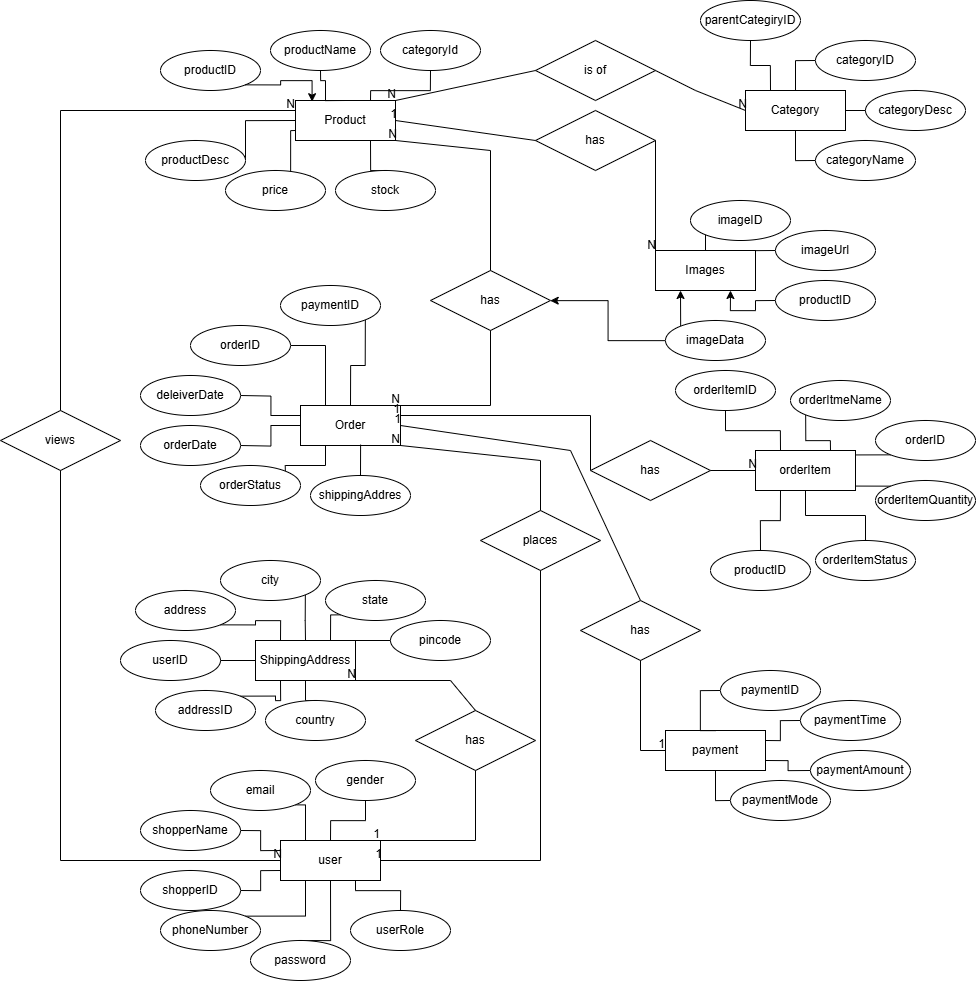
Above: DBMS/19-March-2025/ER-Diagram.png in meta-prashant-kala/GET-2025 (draw.io), before the change. Source tidied: cells renumbered, new cells last; positions are measured from the earlier drawing's top-left corner, leaving out a move shared by most shapes.
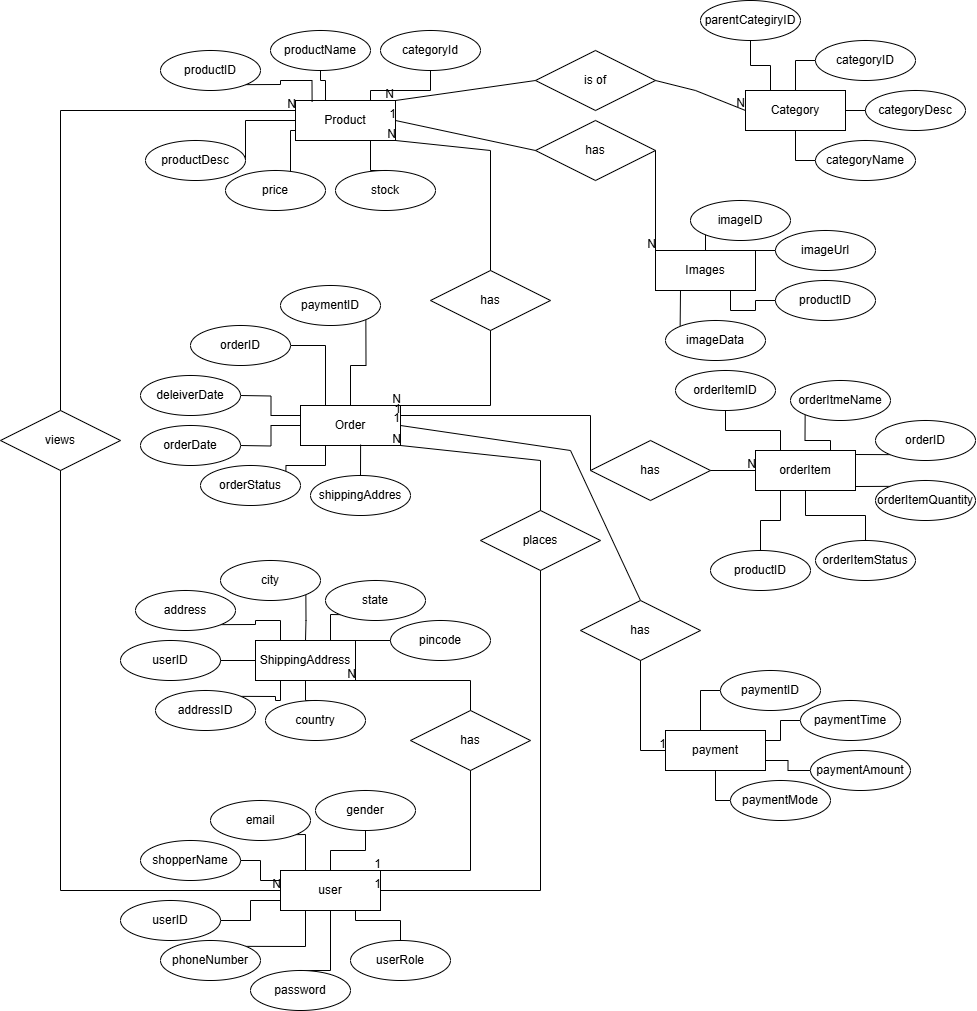
The same file after the commit.

Change to the diagram source:
```diff
@@ -6,7 +6,7 @@
       <mxGeometry relative="1" as="geometry" />
     </mxCell>
     <mxCell id="3" value="shopperName" style="ellipse;whiteSpace=wrap;html=1;align=center;flipH=1;" parent="1" vertex="1">
-      <mxGeometry x="140" y="810" width="100" height="40" as="geometry" />
+      <mxGeometry x="140" y="840" width="100" height="40" as="geometry" />
     </mxCell>
     <mxCell id="4" value="Product" style="whiteSpace=wrap;html=1;align=center;" parent="1" vertex="1">
       <mxGeometry x="295" y="100" width="100" height="40" as="geometry" />
@@ -96,7 +96,7 @@
     <mxCell id="25" value="imageID" style="ellipse;whiteSpace=wrap;html=1;align=center;" parent="1" vertex="1">
       <mxGeometry x="690" y="200" width="100" height="40" as="geometry" />
     </mxCell>
-    <mxCell id="26" style="edgeStyle=orthogonalEdgeStyle;rounded=0;jettySize=auto;html=1;exitX=0;exitY=0.5;exitDx=0;exitDy=0;entryX=0.75;entryY=1;entryDx=0;entryDy=0;" parent="1" edge="1" source="27" target="23">
+    <mxCell id="26" style="edgeStyle=orthogonalEdgeStyle;rounded=0;jettySize=auto;html=1;exitX=0;exitY=0.5;exitDx=0;exitDy=0;entryX=0.75;entryY=1;entryDx=0;entryDy=0;endArrow=none;startFill=0;" parent="1" edge="1" source="27" target="23">
       <mxGeometry relative="1" as="geometry" />
     </mxCell>
     <mxCell id="27" value="productID" style="ellipse;whiteSpace=wrap;html=1;align=center;" parent="1" vertex="1">
@@ -180,39 +180,39 @@
     <mxCell id="48" style="edgeStyle=orthogonalEdgeStyle;rounded=0;jettySize=auto;html=1;exitX=1;exitY=0.5;exitDx=0;exitDy=0;entryX=0;entryY=0.75;entryDx=0;entryDy=0;endArrow=none;startFill=0;" parent="1" edge="1" source="49" target="68">
       <mxGeometry relative="1" as="geometry" />
     </mxCell>
-    <mxCell id="49" value="shopperID" style="ellipse;whiteSpace=wrap;html=1;align=center;flipH=1;" parent="1" vertex="1">
-      <mxGeometry x="140" y="870" width="100" height="40" as="geometry" />
+    <mxCell id="49" value="userID" style="ellipse;whiteSpace=wrap;html=1;align=center;flipH=1;" parent="1" vertex="1">
+      <mxGeometry x="120" y="900" width="100" height="40" as="geometry" />
     </mxCell>
     <mxCell id="50" style="edgeStyle=orthogonalEdgeStyle;rounded=0;jettySize=auto;html=1;exitX=1;exitY=1;exitDx=0;exitDy=0;entryX=0.25;entryY=0;entryDx=0;entryDy=0;endArrow=none;startFill=0;" parent="1" edge="1" source="51" target="68">
       <mxGeometry relative="1" as="geometry" />
     </mxCell>
     <mxCell id="51" value="email" style="ellipse;whiteSpace=wrap;html=1;align=center;flipH=1;" parent="1" vertex="1">
-      <mxGeometry x="210" y="770" width="100" height="40" as="geometry" />
+      <mxGeometry x="210" y="800" width="100" height="40" as="geometry" />
     </mxCell>
     <mxCell id="52" style="edgeStyle=orthogonalEdgeStyle;rounded=0;jettySize=auto;html=1;exitX=1;exitY=0;exitDx=0;exitDy=0;entryX=0.25;entryY=1;entryDx=0;entryDy=0;endArrow=none;startFill=0;" parent="1" edge="1" source="53" target="68">
       <mxGeometry relative="1" as="geometry" />
     </mxCell>
     <mxCell id="53" value="phoneNumber" style="ellipse;whiteSpace=wrap;html=1;align=center;flipH=1;" parent="1" vertex="1">
-      <mxGeometry x="160" y="910" width="100" height="40" as="geometry" />
+      <mxGeometry x="160" y="940" width="100" height="40" as="geometry" />
     </mxCell>
     <mxCell id="54" style="edgeStyle=orthogonalEdgeStyle;rounded=0;jettySize=auto;html=1;exitX=0.5;exitY=0;exitDx=0;exitDy=0;entryX=0.5;entryY=1;entryDx=0;entryDy=0;endArrow=none;startFill=0;" parent="1" edge="1" source="55" target="68">
       <mxGeometry relative="1" as="geometry">
         <Array as="points">
-          <mxPoint x="330" y="940" />
+          <mxPoint x="330" y="970" />
         </Array>
       </mxGeometry>
     </mxCell>
     <mxCell id="55" value="password" style="ellipse;whiteSpace=wrap;html=1;align=center;flipH=1;" parent="1" vertex="1">
-      <mxGeometry x="250" y="940" width="100" height="40" as="geometry" />
+      <mxGeometry x="250" y="970" width="100" height="40" as="geometry" />
     </mxCell>
     <mxCell id="56" style="edgeStyle=orthogonalEdgeStyle;rounded=0;jettySize=auto;html=1;exitX=0.5;exitY=1;exitDx=0;exitDy=0;entryX=0.5;entryY=0;entryDx=0;entryDy=0;endArrow=none;startFill=0;" parent="1" edge="1" source="57" target="68">
       <mxGeometry relative="1" as="geometry" />
     </mxCell>
     <mxCell id="57" value="gender" style="ellipse;whiteSpace=wrap;html=1;align=center;flipH=1;" parent="1" vertex="1">
-      <mxGeometry x="315" y="760" width="100" height="40" as="geometry" />
+      <mxGeometry x="315" y="790" width="100" height="40" as="geometry" />
     </mxCell>
     <mxCell id="58" value="is of" style="shape=rhombus;perimeter=rhombusPerimeter;whiteSpace=wrap;html=1;align=center;" parent="1" vertex="1">
-      <mxGeometry x="535" y="40" width="120" height="60" as="geometry" />
+      <mxGeometry x="535" y="50" width="120" height="60" as="geometry" />
     </mxCell>
     <mxCell id="59" style="endArrow=none;html=1;rounded=0;exitX=1;exitY=0.5;exitDx=0;exitDy=0;entryX=0;entryY=0.5;entryDx=0;entryDy=0;" parent="1" edge="1" source="58" target="18">
       <mxGeometry relative="1" as="geometry">
@@ -231,7 +231,7 @@
       <mxGeometry x="1" relative="1" as="geometry" />
     </mxCell>
     <mxCell id="63" value="has" style="shape=rhombus;perimeter=rhombusPerimeter;whiteSpace=wrap;html=1;align=center;" parent="1" vertex="1">
-      <mxGeometry x="535" y="110" width="120" height="60" as="geometry" />
+      <mxGeometry x="535" y="120" width="120" height="60" as="geometry" />
     </mxCell>
     <mxCell id="64" style="endArrow=none;html=1;rounded=0;entryX=0;entryY=0;entryDx=0;entryDy=0;exitX=1;exitY=0.5;exitDx=0;exitDy=0;" parent="1" edge="1" source="63" target="23">
       <mxGeometry relative="1" as="geometry" />
@@ -246,7 +246,7 @@
       <mxGeometry x="1" relative="1" as="geometry" />
     </mxCell>
     <mxCell id="68" value="user" style="whiteSpace=wrap;html=1;align=center;" parent="1" vertex="1">
-      <mxGeometry x="280" y="840" width="100" height="40" as="geometry" />
+      <mxGeometry x="280" y="870" width="100" height="40" as="geometry" />
     </mxCell>
     <mxCell id="69" value="places" style="shape=rhombus;perimeter=rhombusPerimeter;whiteSpace=wrap;html=1;align=center;" parent="1" vertex="1">
       <mxGeometry x="480" y="510" width="120" height="60" as="geometry" />
@@ -285,12 +285,12 @@
       <mxGeometry x="1" relative="1" as="geometry" />
     </mxCell>
     <mxCell id="77" value="has" style="shape=rhombus;perimeter=rhombusPerimeter;whiteSpace=wrap;html=1;align=center;" parent="1" vertex="1">
-      <mxGeometry x="415" y="710" width="120" height="60" as="geometry" />
+      <mxGeometry x="410" y="710" width="120" height="60" as="geometry" />
     </mxCell>
     <mxCell id="78" style="endArrow=none;html=1;rounded=0;entryX=1;entryY=0;entryDx=0;entryDy=0;exitX=0.5;exitY=1;exitDx=0;exitDy=0;" parent="1" edge="1" source="77" target="68">
       <mxGeometry relative="1" as="geometry">
         <Array as="points">
-          <mxPoint x="475" y="840" />
+          <mxPoint x="470" y="870" />
         </Array>
       </mxGeometry>
     </mxCell>
@@ -300,7 +300,7 @@
     <mxCell id="80" style="endArrow=none;html=1;rounded=0;entryX=1;entryY=1;entryDx=0;entryDy=0;exitX=0.5;exitY=0;exitDx=0;exitDy=0;" parent="1" edge="1" source="77" target="41">
       <mxGeometry relative="1" as="geometry">
         <Array as="points">
-          <mxPoint x="450" y="680" />
+          <mxPoint x="470" y="680" />
         </Array>
       </mxGeometry>
     </mxCell>
@@ -310,7 +310,7 @@
     <mxCell id="82" style="endArrow=none;html=1;rounded=0;entryX=1;entryY=0.5;entryDx=0;entryDy=0;exitX=0.5;exitY=1;exitDx=0;exitDy=0;" parent="1" edge="1" source="69" target="68">
       <mxGeometry relative="1" as="geometry">
         <Array as="points">
-          <mxPoint x="540" y="860" />
+          <mxPoint x="540" y="890" />
         </Array>
       </mxGeometry>
     </mxCell>
@@ -373,7 +373,7 @@
       <mxGeometry relative="1" as="geometry" />
     </mxCell>
     <mxCell id="101" value="userRole" style="ellipse;whiteSpace=wrap;html=1;align=center;" parent="1" vertex="1">
-      <mxGeometry x="350" y="910" width="100" height="40" as="geometry" />
+      <mxGeometry x="350" y="940" width="100" height="40" as="geometry" />
     </mxCell>
     <mxCell id="102" style="edgeStyle=orthogonalEdgeStyle;rounded=0;jettySize=auto;html=1;exitX=0.5;exitY=1;exitDx=0;exitDy=0;entryX=0.25;entryY=0;entryDx=0;entryDy=0;endArrow=none;startFill=0;" parent="1" edge="1" source="103" target="18">
       <mxGeometry relative="1" as="geometry" />
@@ -381,12 +381,9 @@
     <mxCell id="103" value="parentCategiryID" style="ellipse;whiteSpace=wrap;html=1;align=center;" parent="1" vertex="1">
       <mxGeometry x="700" width="100" height="40" as="geometry" />
     </mxCell>
-    <mxCell id="104" style="edgeStyle=orthogonalEdgeStyle;rounded=0;jettySize=auto;html=1;exitX=0;exitY=0;exitDx=0;exitDy=0;entryX=0.25;entryY=1;entryDx=0;entryDy=0;" parent="1" edge="1" source="106" target="23">
+    <mxCell id="104" style="edgeStyle=orthogonalEdgeStyle;rounded=0;jettySize=auto;html=1;exitX=0;exitY=0;exitDx=0;exitDy=0;entryX=0.25;entryY=1;entryDx=0;entryDy=0;endArrow=none;startFill=0;" parent="1" edge="1" source="106" target="23">
       <mxGeometry relative="1" as="geometry" />
     </mxCell>
-    <mxCell id="105" style="edgeStyle=orthogonalEdgeStyle;rounded=0;jettySize=auto;html=1;" parent="1" edge="1" source="106" target="72">
-      <mxGeometry relative="1" as="geometry" />
-    </mxCell>
     <mxCell id="106" value="imageData" style="ellipse;whiteSpace=wrap;html=1;align=center;" parent="1" vertex="1">
       <mxGeometry x="665" y="320" width="100" height="40" as="geometry" />
     </mxCell>
@@ -396,7 +393,7 @@
     <mxCell id="108" style="endArrow=none;html=1;rounded=0;entryX=0;entryY=0.5;entryDx=0;entryDy=0;exitX=0.5;exitY=1;exitDx=0;exitDy=0;" parent="1" edge="1" source="107" target="68">
       <mxGeometry relative="1" as="geometry">
         <Array as="points">
-          <mxPoint x="60" y="860" />
+          <mxPoint x="60" y="890" />
         </Array>
       </mxGeometry>
     </mxCell>
@@ -413,7 +410,7 @@
     <mxCell id="111" value="N" style="html=1;whiteSpace=wrap;align=right;verticalAlign=bottom;" parent="110" vertex="1">
       <mxGeometry x="1" relative="1" as="geometry" />
     </mxCell>
-    <mxCell id="112" style="edgeStyle=orthogonalEdgeStyle;rounded=0;jettySize=auto;html=1;exitX=1;exitY=1;exitDx=0;exitDy=0;entryX=0.166;entryY=0.03;entryDx=0;entryDy=0;entryPerimeter=0;" parent="1" edge="1" source="5" target="4">
+    <mxCell id="112" style="edgeStyle=orthogonalEdgeStyle;rounded=0;jettySize=auto;html=1;exitX=1;exitY=1;exitDx=0;exitDy=0;entryX=0.166;entryY=0.03;entryDx=0;entryDy=0;entryPerimeter=0;endArrow=none;startFill=0;" parent="1" edge="1" source="5" target="4">
       <mxGeometry relative="1" as="geometry" />
     </mxCell>
     <mxCell id="113" value="shippingAddres" style="ellipse;whiteSpace=wrap;html=1;align=center;" parent="1" vertex="1">
```
